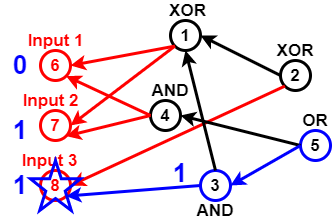
The draw.io diagram Untitled Diagram.png in sara1024/-CCF201412-2-Z-, before a commit. Source tidied: cells renumbered, new cells last; positions are measured from the earlier drawing's top-left corner, leaving out a move shared by most shapes.
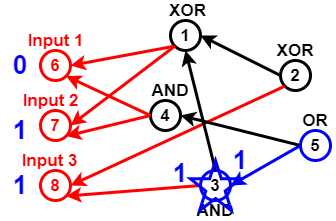
The same diagram one commit later.

The edit, as a diff of the source:
```diff
@@ -32,7 +32,7 @@
     <mxCell id="11" value="3" style="ellipse;whiteSpace=wrap;html=1;strokeWidth=3;fillColor=none;fontSize=17;fontColor=#000000;fontStyle=1;strokeColor=#0000FF;" parent="1" vertex="1">
       <mxGeometry x="200" y="170" width="30" height="30" as="geometry" />
     </mxCell>
-    <mxCell id="12" style="endArrow=classic;html=1;strokeWidth=3;fontSize=17;fontColor=#000000;entryX=1;entryY=1;entryDx=0;entryDy=0;exitX=0;exitY=0.5;exitDx=0;exitDy=0;strokeColor=#0000FF;" parent="1" edge="1" source="11" target="4">
+    <mxCell id="12" style="endArrow=classic;html=1;strokeWidth=3;fontSize=17;fontColor=#000000;entryX=1;entryY=1;entryDx=0;entryDy=0;exitX=0;exitY=0.5;exitDx=0;exitDy=0;strokeColor=#FF0000;" parent="1" edge="1" source="11" target="4">
       <mxGeometry relative="1" as="geometry" />
     </mxCell>
     <mxCell id="13" value="2" style="ellipse;whiteSpace=wrap;html=1;strokeColor=#000000;strokeWidth=3;fillColor=none;fontSize=17;fontColor=#000000;fontStyle=1;" parent="1" vertex="1">
@@ -90,10 +90,13 @@
       <mxGeometry y="175" width="40" height="20" as="geometry" />
     </mxCell>
     <mxCell id="31" style="verticalLabelPosition=bottom;verticalAlign=top;html=1;shape=mxgraph.basic.star;strokeWidth=3;fillColor=none;gradientColor=none;fontSize=26;fontColor=#0000CC;strokeColor=#0000FF;" parent="1" vertex="1">
-      <mxGeometry x="30" y="160" width="50" height="50" as="geometry" />
+      <mxGeometry x="190" y="160" width="50" height="50" as="geometry" />
     </mxCell>
     <mxCell id="32" value="1" style="text;html=1;strokeColor=none;fillColor=none;align=center;verticalAlign=middle;whiteSpace=wrap;rounded=0;fontSize=26;fontColor=#0000FF;fontStyle=1;" parent="1" vertex="1">
       <mxGeometry x="160" y="160" width="40" height="25" as="geometry" />
     </mxCell>
+    <mxCell id="33" value="1" style="text;html=1;strokeColor=none;fillColor=none;align=center;verticalAlign=middle;whiteSpace=wrap;rounded=0;fontSize=26;fontColor=#0000FF;fontStyle=1;" parent="1" vertex="1">
+      <mxGeometry x="220" y="150" width="40" height="20" as="geometry" />
+    </mxCell>
   </root>
 </mxGraphModel>
```
